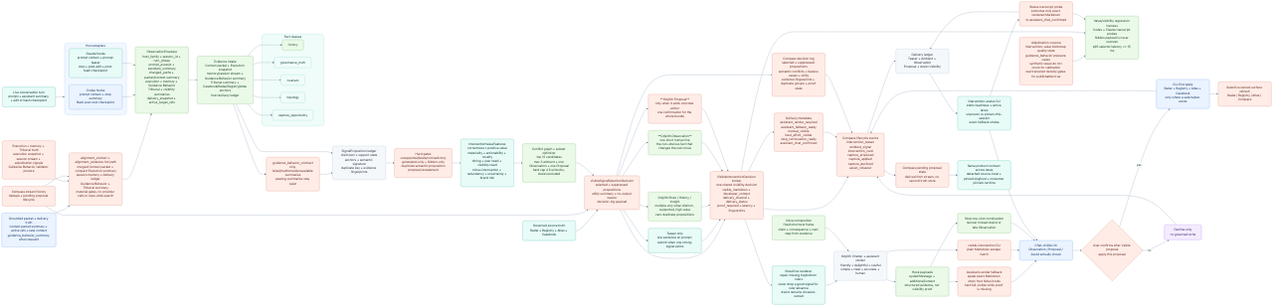
This is odylith/atlas/source/odylith-conversation-observation-and-governed-proposal-flow.png from odylith/odylith, a Mermaid export, as it was before one commit. Its source is kept beside it as odylith/atlas/source/odylith-conversation-observation-and-governed-proposal-flow.mmd.
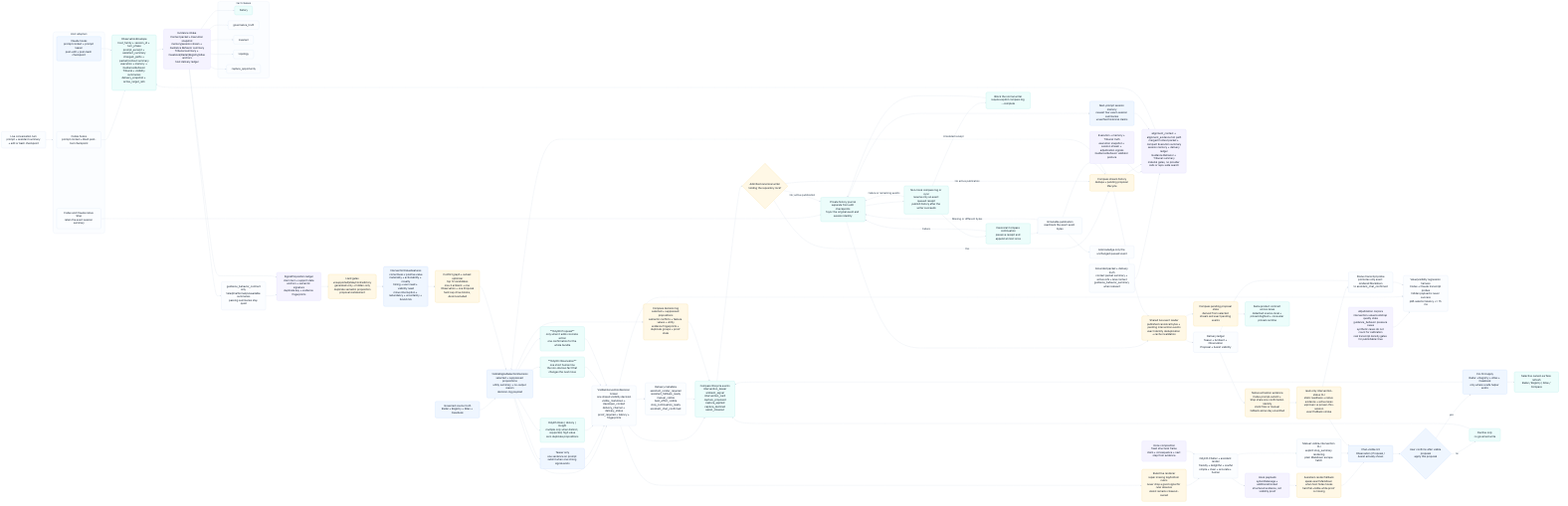
After the commit.

What changed in the source:
```diff
@@ -8,8 +8,9 @@
     Alignment["alignment_context + alignment_evidence hot path<br/>merged Context packet + compact Execution summary<br/>session memory + delivery ledger<br/>Guidance Behavior + Tribunal summary<br/>material gates, no provider calls or repo-wide search"] --> Envelope
 
     subgraph Hosts["Host adapters"]
-        Codex["Codex hooks<br/>prompt context + stop summary<br/>Bash post-tool checkpoint"]
-        Claude["Claude hooks<br/>prompt context + prompt teaser<br/>stop + post-edit + post-bash checkpoint"]
+        Codex["Codex hooks<br/>prompt context + Bash post-tool checkpoint"]
+        Claude["Claude hooks<br/>prompt context + prompt teaser<br/>post-edit + post-bash checkpoint"]
+        NativeStop["Codex and Claude native Stop<br/>retain the exact session summary"]
     end
 
     Codex --> Envelope["ObservationEnvelope<br/>host_family + session_id + turn_phase<br/>prompt_excerpt + assistant_summary<br/>changed_paths + packet/context summary<br/>execution + memory + Guidance Behavior<br/>Tribunal + visibility summaries<br/>delivery_snapshot + active_target_refs"]
@@ -55,14 +56,32 @@
     Renderer --> Chatter["Odylith Chatter + assistant render<br/>friendly + delightful + soulful<br/>simple + clear + accurate + human"]
     Chatter --> HookPayloads["Hook payloads<br/>systemMessage + additionalContext<br/>structured evidence, not visibility proof"]
     HookPayloads --> AssistantFallback["Assistant-render fallback<br/>speak exact Markdown when host hides hooks<br/>hard fail-visible while proof is missing"]
-    Chatter --> ManualVisible["visible-intervention CLI<br/>plain Markdown escape hatch"]
+    Chatter --> ManualVisible["Manual visible-intervention CLI<br/>explicit stop_summary rendering<br/>plain Markdown escape hatch"]
     AssistantFallback --> Chat["Chat-visible UX<br/>Observation / Proposal / Assist actually shown"]
     ManualVisible --> Chat
-    HookPayloads --> StopGuard["Stop one-shot continuation<br/>recover missed Assist or late Observation"]
-    StopGuard --> Chat
+    NativeStop --> HostQueue["Private history journal<br/>separate from edit checkpoints<br/>fsync the original event and session identity"]
+    Events --> EventAdmission{"Admitted canonical writer<br/>holding the repository lock?"}
+    EventAdmission -->|Yes| Stream
+    EventAdmission -->|No active publication| Stream
+    EventAdmission -->|No; active publication| HostQueue
+    HostQueue --> LiveEvents["Shared live event reader<br/>published canonical bytes + pending intervention events<br/>exact identity deduplication + cache invalidation"]
+    Stream --> LiveEvents
+    HostQueue --> PendingMemory["Next-prompt session memory<br/>newest four exact-session summaries<br/>unverified historical claims"]
+    PendingMemory --> Alignment
+    HostQueue --> Foreground["Non-hook compass log or sync<br/>resume only an exact queued receipt<br/>publish history after the writer succeeds"]
+    Foreground --> HostContinuation["Canonical Compass continuation<br/>preserve receipt and append at most once"]
+    HostContinuation --> HostPublish["Immutable publication<br/>read back the exact event bytes"]
+    HostPublish --> HostAck["Acknowledge only the unchanged queued event"]
+    HostPublish --> Stream
+    Foreground -->|Unrelated receipt| HostBlocked["Block the normal writer<br/>require explicit compass log --complete"]
+    Foreground -->|Failure or remaining events| HostQueue
+    HostContinuation -->|Failure| HostQueue
+    HostPublish -->|Missing or different bytes| HostQueue
+    HostBlocked --> HostQueue
     DeliveryMetadata --> Events
-    Events --> Ledger["Delivery ledger<br/>Teaser + Ambient + Observation<br/>Proposal + Assist visibility"]
-    Ledger --> Status["intervention-status CLI<br/>static readiness + active lanes<br/>unproven vs proven-this-session<br/>exact fallback smoke"]
+    LiveEvents --> Ledger["Delivery ledger<br/>Teaser + Ambient + Observation<br/>Proposal + Assist visibility"]
+    Ledger --> NativeActivation["Native activation evidence<br/>Codex prompt-submit + Stop share one confirmation identity<br/>static files or manual fallback alone stay unverified"]
+    NativeActivation --> Status["read-only intervention-status CLI<br/>static readiness + native evidence + active lanes<br/>unproven vs proven-this-session<br/>exact fallback smoke"]
     Status --> ChatProbe["Status transcript probe<br/>promotes only exact rendered Markdown<br/>to assistant_chat_confirmed"]
     ChatProbe --> Ledger
     Status --> Chat
@@ -79,7 +98,7 @@
     Apply --> Refresh["Selective owned-surface refresh<br/>Radar / Registry / Atlas / Compass"]
     Apply --> Events
     Decline --> Events
-    Events --> Pending["Compass pending proposal state<br/>derived from stream, no second truth store"]
+    LiveEvents --> Pending["Compass pending proposal state<br/>derived from selected stream and exact pending events"]
 
     Voice["Voice composition<br/>fixed structural frame<br/>claim + consequence + next step from evidence"] --> Chatter
     Pending --> Lanes["Same product contract across lanes<br/>detached source-local + pinned dogfood + consumer pinned-runtime"]
```
